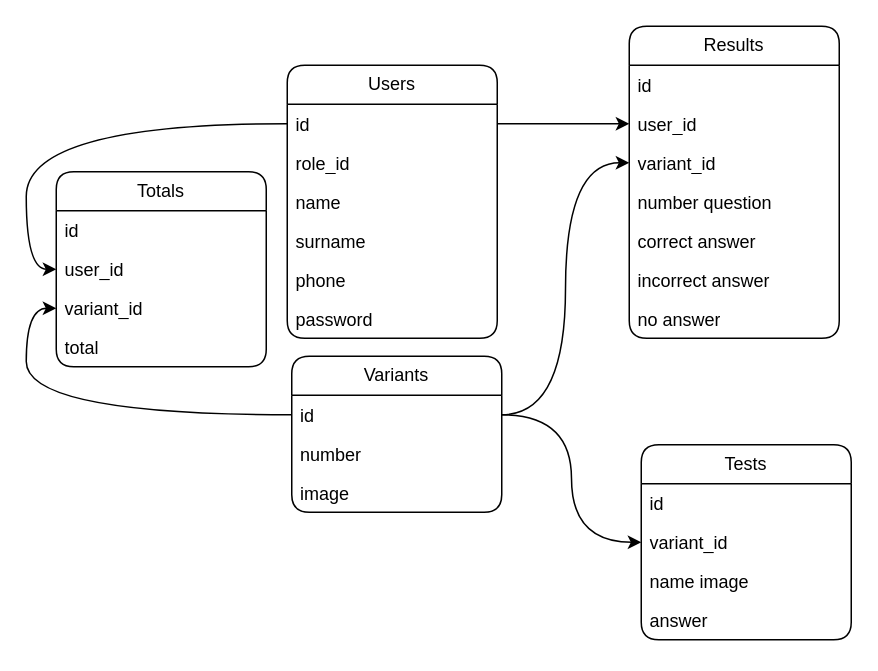
Before: GRE.drawio in MardonAslonov/DrawIo, a draw.io diagram. Source tidied: cells renumbered, new cells numbered last; positions are measured from the earlier drawing's top-left corner, leaving out a move shared by most shapes. Both pictures are drawn from the tidied source at 150%, with x=0, y=0 at pixel (56, 26).
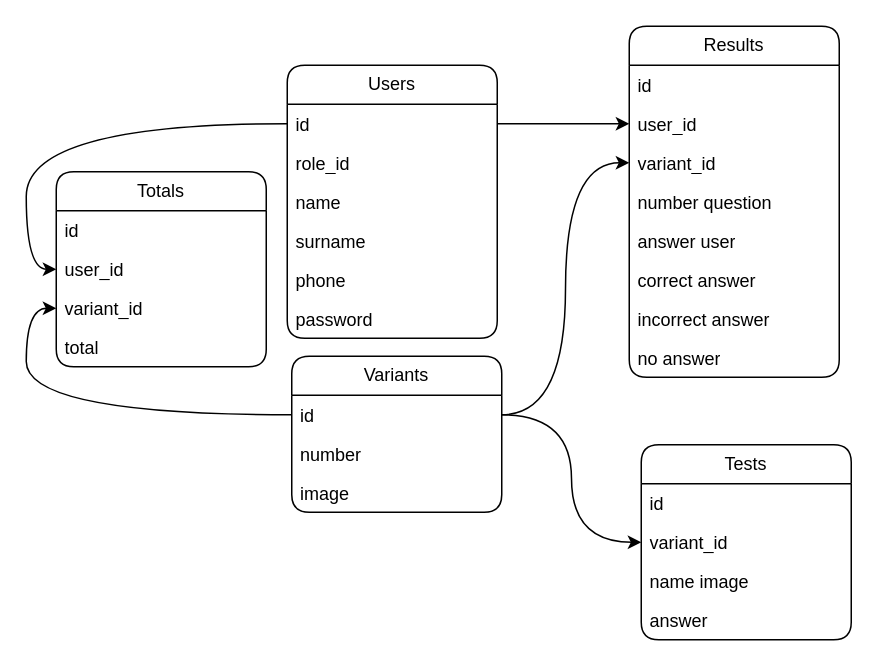
The same diagram, later.

Diff of the diagram source:
```diff
@@
     <mxCell id="14" value="Results" style="swimlane;fontStyle=0;horizontal=1;startSize=26;fillColor=none;whiteSpace=wrap;html=1;rounded=1;" parent="1" vertex="1">
-      <mxGeometry x="382" width="140" height="208" as="geometry" />
+      <mxGeometry x="382" width="140" height="234" as="geometry" />
     </mxCell>
@@
+    <mxCell id="36" value="answer user" style="text;strokeColor=none;fillColor=none;align=left;verticalAlign=top;spacingLeft=4;spacingRight=4;overflow=hidden;whiteSpace=wrap;html=1;" parent="14" vertex="1">
+      <mxGeometry y="130" width="140" height="26" as="geometry" />
+    </mxCell>
     <mxCell id="19" value="correct answer" style="text;strokeColor=none;fillColor=none;align=left;verticalAlign=top;spacingLeft=4;spacingRight=4;overflow=hidden;whiteSpace=wrap;html=1;" parent="14" vertex="1">
-      <mxGeometry y="130" width="140" height="26" as="geometry" />
+      <mxGeometry y="156" width="140" height="26" as="geometry" />
     </mxCell>
     <mxCell id="20" value="incorrect answer" style="text;strokeColor=none;fillColor=none;align=left;verticalAlign=top;spacingLeft=4;spacingRight=4;overflow=hidden;whiteSpace=wrap;html=1;" parent="14" vertex="1">
-      <mxGeometry y="156" width="140" height="26" as="geometry" />
+      <mxGeometry y="182" width="140" height="26" as="geometry" />
     </mxCell>
     <mxCell id="21" value="no answer" style="text;strokeColor=none;fillColor=none;align=left;verticalAlign=top;spacingLeft=4;spacingRight=4;overflow=hidden;whiteSpace=wrap;html=1;" parent="14" vertex="1">
-      <mxGeometry y="182" width="140" height="26" as="geometry" />
+      <mxGeometry y="208" width="140" height="26" as="geometry" />
     </mxCell>
```
